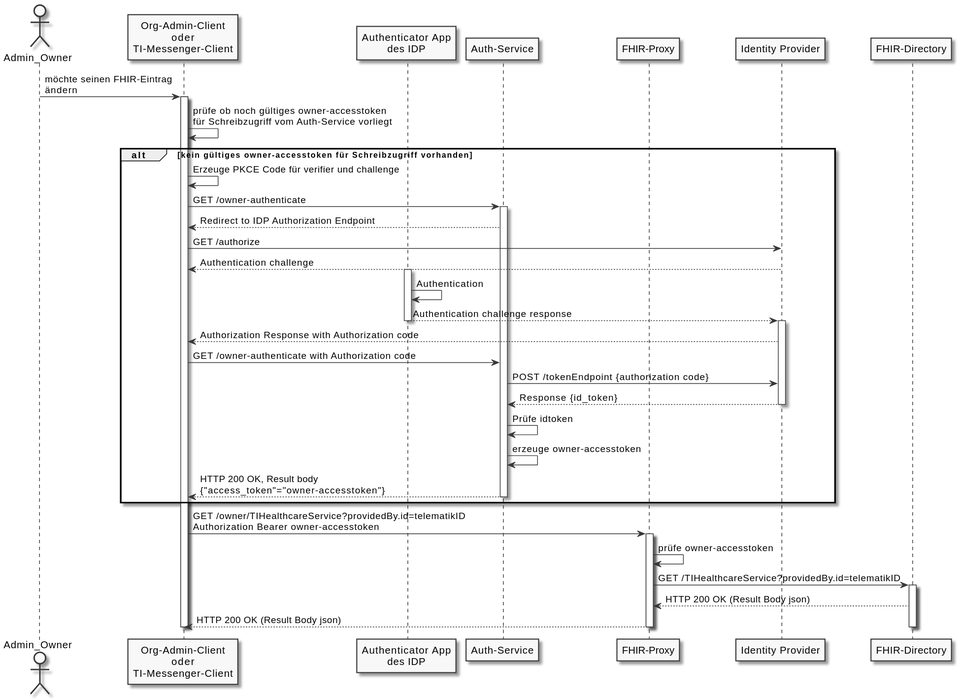
This is images/diagrams/SequenceDiagram.FHIR-Directory.owner.svg from gematik/api-vzd, a PlantUML export, as it was before one commit. The source it was exported from:
```plantuml
@startuml SequenceDiagram.FHIR-Directory.owner
skinparam dpi 100
skinparam WrapWidth 200
skinparam monochrome true

actor oa as "Admin_Owner"
participant cl as "Org-Admin-Client\noder\nTI-Messenger-Client"
participant aa as "Authenticator App\ndes IDP"
participant au as "Auth-Service"
participant fp as "FHIR-Proxy"
participant idp as "Identity Provider"
participant fd as "FHIR-Directory"
oa -> cl: möchte seinen FHIR-Eintrag\nändern
activate cl
cl -> cl: prüfe ob noch gültiges owner-accesstoken\nfür Schreibzugriff vom Auth-Service vorliegt
alt kein gültiges owner-accesstoken für Schreibzugriff vorhanden
cl -> cl: Erzeuge PKCE Code für verifier und challenge
cl -> au: GET /owner-authenticate
activate au
au --> cl: Redirect to IDP Authorization Endpoint
cl -> idp: GET /authorize
idp --> cl: Authentication challenge
activate aa
aa -> aa: Authentication
aa --> idp: Authentication challenge response
deactivate aa
activate idp
idp --> cl: Authorization Response with Authorization code
cl -> au: GET /owner-authenticate with Authorization code
au -> idp: POST /tokenEndpoint {authorization code}
idp --> au: Response {id_token}


deactivate idp
au -> au: Prüfe idtoken
au -> au: erzeuge owner-accesstoken
au --> cl: HTTP 200 OK, Result body\n{"access_token"="owner-accesstoken"}
deactivate au
end
cl -> fp: GET /owner/TIHealthcareService?providedBy.id=telematikID\nAuthorization Bearer owner-accesstoken
activate fp
fp -> fp: prüfe owner-accesstoken
fp -> fd: GET /TIHealthcareService?providedBy.id=telematikID
activate fd
fd --> fp: HTTP 200 OK (Result Body json)
fp --> cl: HTTP 200 OK (Result Body json)
deactivate fd
deactivate fp
deactivate cl
@enduml
```
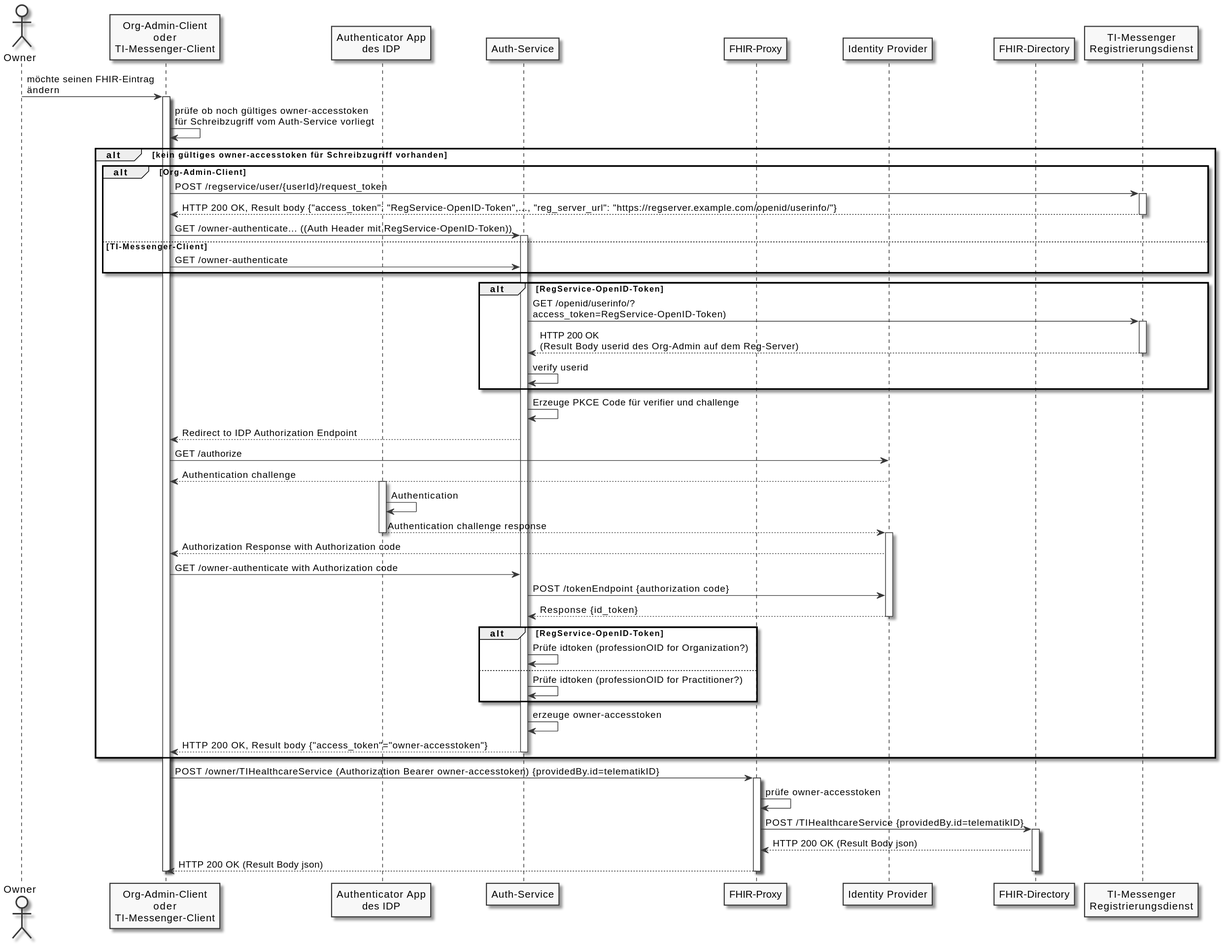
After the change.

Commit message:
Commit from GitHub Actions (GeneratePlantumlImages)

What changed in the source:
```diff
@@ -1,22 +1,38 @@
-@startuml SequenceDiagram.FHIR-Directory.owner
+@startuml
 skinparam dpi 100
 skinparam WrapWidth 200
 skinparam monochrome true
 
-actor oa as "Admin_Owner"
+actor o as "Owner"
 participant cl as "Org-Admin-Client\noder\nTI-Messenger-Client"
 participant aa as "Authenticator App\ndes IDP"
 participant au as "Auth-Service"
 participant fp as "FHIR-Proxy"
 participant idp as "Identity Provider"
 participant fd as "FHIR-Directory"
-oa -> cl: möchte seinen FHIR-Eintrag\nändern
+participant rd as "TI-Messenger\nRegistrierungsdienst"
+o -> cl: möchte seinen FHIR-Eintrag\nändern
 activate cl
 cl -> cl: prüfe ob noch gültiges owner-accesstoken\nfür Schreibzugriff vom Auth-Service vorliegt
 alt kein gültiges owner-accesstoken für Schreibzugriff vorhanden
-cl -> cl: Erzeuge PKCE Code für verifier und challenge
+alt Org-Admin-Client
+cl -> rd: POST /regservice/user/{userId}/request_token
+activate rd
+rd --> cl: HTTP 200 OK, Result body {"access_token": "RegService-OpenID-Token",..., "reg_server_url": "https://regserver.example.com/openid/userinfo/"}
+deactivate rd
+cl -> au: GET /owner-authenticate... ((Auth Header mit RegService-OpenID-Token))
+activate au
+else TI-Messenger-Client
 cl -> au: GET /owner-authenticate
-activate au
+end
+alt RegService-OpenID-Token
+au -> rd: GET /openid/userinfo/?\naccess_token=RegService-OpenID-Token)
+activate rd
+rd --> au: HTTP 200 OK\n(Result Body userid des Org-Admin auf dem Reg-Server)
+deactivate rd
+au -> au: verify userid
+end
+au -> au: Erzeuge PKCE Code für verifier und challenge
 au --> cl: Redirect to IDP Authorization Endpoint
 cl -> idp: GET /authorize
 idp --> cl: Authentication challenge
@@ -30,17 +46,20 @@
 au -> idp: POST /tokenEndpoint {authorization code}
 idp --> au: Response {id_token}
 
-
 deactivate idp
-au -> au: Prüfe idtoken
+alt RegService-OpenID-Token
+au -> au: Prüfe idtoken (professionOID for Organization?)
+else
+au -> au: Prüfe idtoken (professionOID for Practitioner?)
+end
 au -> au: erzeuge owner-accesstoken
-au --> cl: HTTP 200 OK, Result body\n{"access_token"="owner-accesstoken"}
+au --> cl: HTTP 200 OK, Result body {"access_token"="owner-accesstoken"}
 deactivate au
 end
-cl -> fp: GET /owner/TIHealthcareService?providedBy.id=telematikID\nAuthorization Bearer owner-accesstoken
+cl -> fp: POST /owner/TIHealthcareService (Authorization Bearer owner-accesstoken) {providedBy.id=telematikID}
 activate fp
 fp -> fp: prüfe owner-accesstoken
-fp -> fd: GET /TIHealthcareService?providedBy.id=telematikID
+fp -> fd: POST /TIHealthcareService {providedBy.id=telematikID}
 activate fd
 fd --> fp: HTTP 200 OK (Result Body json)
 fp --> cl: HTTP 200 OK (Result Body json)
```
